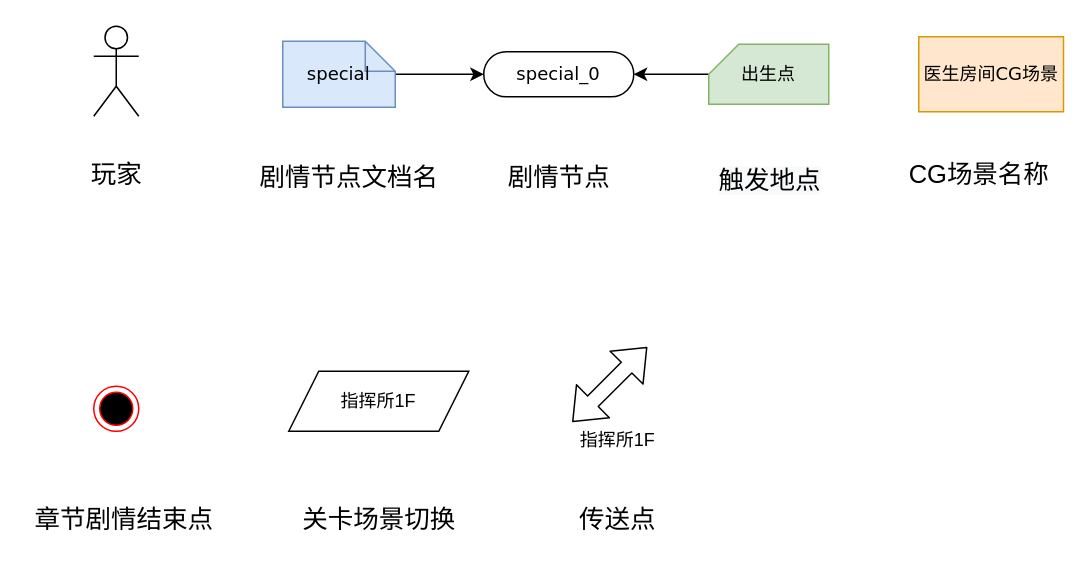
Above: page "UML示例图" (1 of 3) of Tools/LevelDesignUML/LevelDesignExample .drawio in kwh3884858/Hippocampus (draw.io), before the change. Source tidied: cells renumbered, new cells numbered last; positions are measured from the earlier drawing's top-left corner, leaving out a move shared by most shapes. Both pictures are drawn from the tidied source at 150%, with x=0, y=0 at pixel (26, 26).
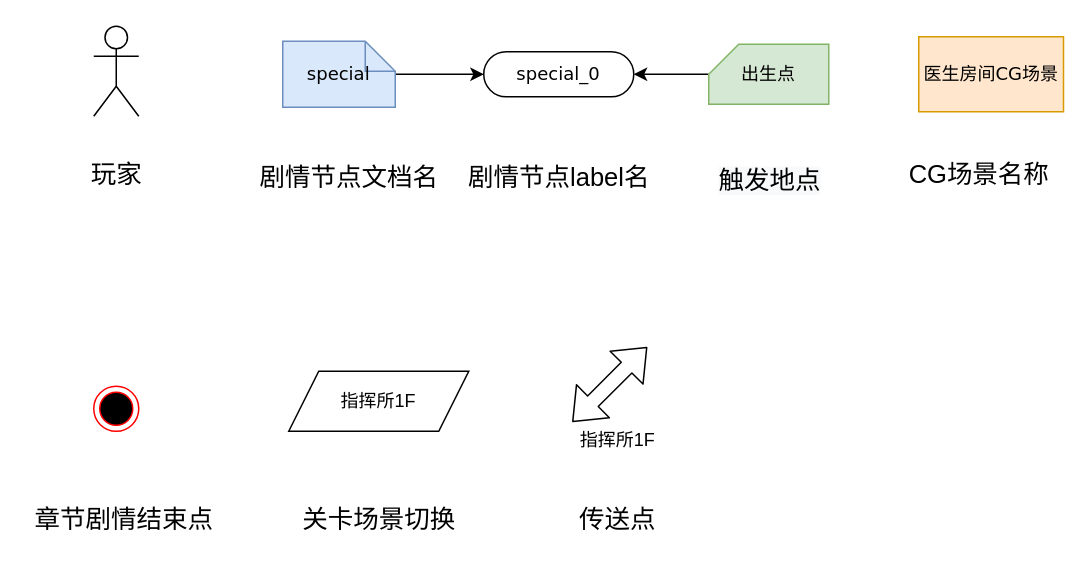
Above is the later version.

Change to the diagram source:
```diff
@@
-    <mxCell id="10" value="&lt;span style=&quot;font-size: 17px&quot;&gt;剧情节点&lt;/span&gt;" style="text;html=1;align=center;verticalAlign=middle;" parent="1" vertex="1">
-      <mxGeometry x="315" y="92" width="80" height="20" as="geometry" />
+    <mxCell id="10" value="&lt;span style=&quot;font-size: 17px&quot;&gt;剧情节点label名&lt;/span&gt;" style="text;html=1;align=center;verticalAlign=middle;" parent="1" vertex="1">
+      <mxGeometry x="285" y="92" width="140" height="20" as="geometry" />
     </mxCell>
```
